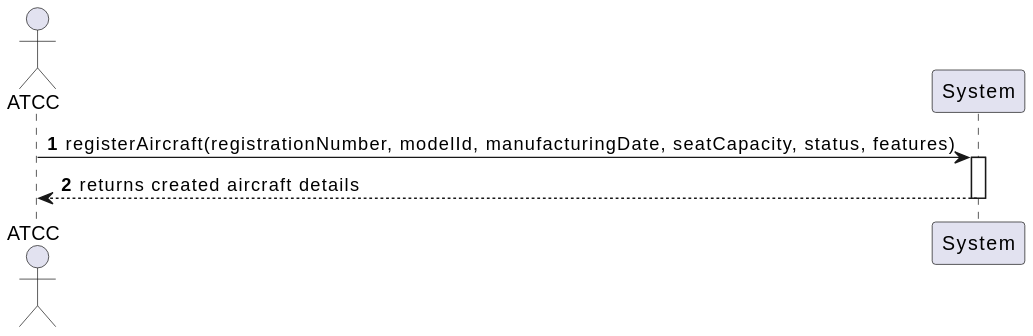
This is docs/system-documentation/use-cases/WP1A/US102/svg/ssd_us102.svg from VascoMagolo/psoft_1231562_1241692_1242036_2db, a PlantUML export, as it was before one commit.
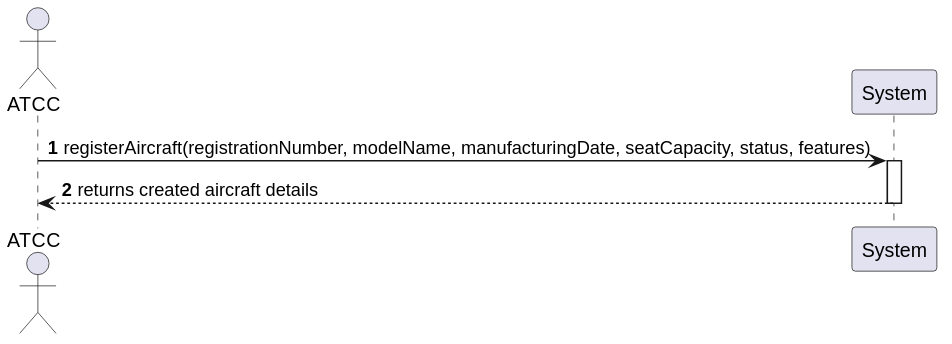
Later version of the same file.

Change to the diagram source:
```diff
@@ -2,7 +2,7 @@
 autonumber
 actor "ATCC" as Actor
 participant "System" as Sys
-Actor -> Sys : registerAircraft(registrationNumber, modelId, manufacturingDate, seatCapacity, status, features)
+Actor -> Sys : registerAircraft(registrationNumber, modelName, manufacturingDate, seatCapacity, status, features)
 activate Sys
 Sys --> Actor : returns created aircraft details
 deactivate Sys
```
